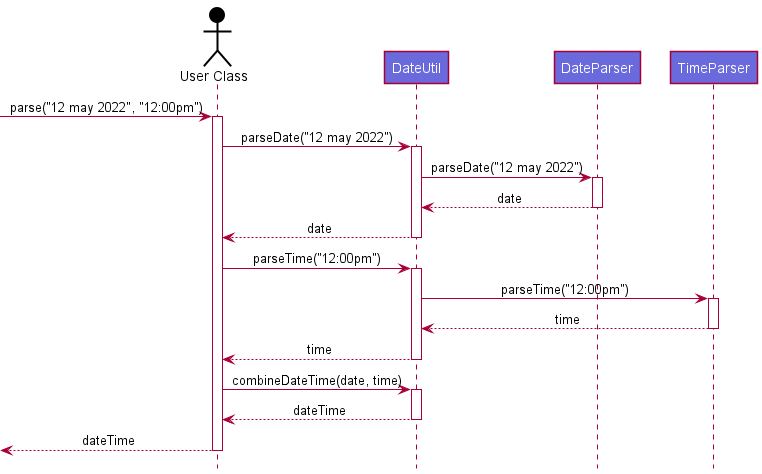
The PlantUML diagram docs/images/DateTimeParsingSequenceDiagram.png in nus-cs2103-AY2122S2/tp, before a commit. Source of this version:
```plantuml
@startuml
!include ../style.puml

Actor "User Class" as user USER_COLOR

participant DateUtil LOGIC_COLOR_T2
participant DateParser LOGIC_COLOR_T2
participant TimeParser LOGIC_COLOR_T2
autoactivate on

[-> user : parse("12 may 2022", "12:00pm")
user -> DateUtil : parseDate("12 may 2022")
DateUtil -> DateParser : parseDate("12 may 2022")
DateUtil <-- DateParser : date
user <-- DateUtil : date

user -> DateUtil : parseTime("12:00pm")
DateUtil -> TimeParser : parseTime("12:00pm")
DateUtil <-- TimeParser : time
user <-- DateUtil : time

user -> DateUtil : combineDateTime(date, time)
user <-- DateUtil : dateTime

[<-- user : dateTime

@enduml
```
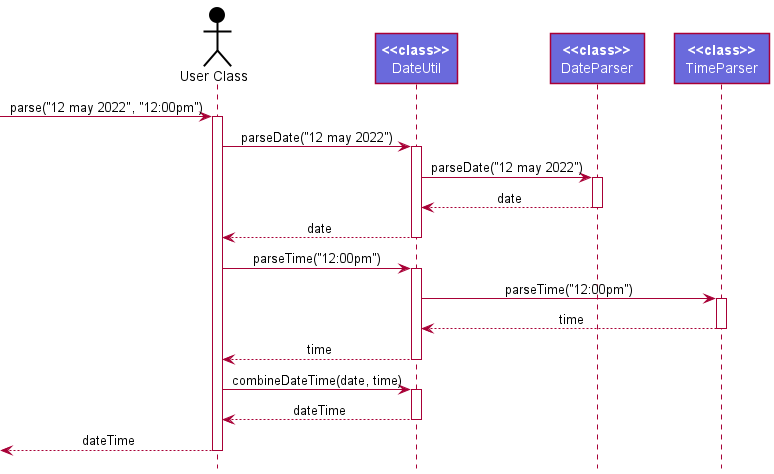
The same diagram one commit later.

Commit message:
Fix class-level method call in sequence diagram

Diff of the diagram source:
```diff
@@ -3,9 +3,9 @@
 
 Actor "User Class" as user USER_COLOR
 
-participant DateUtil LOGIC_COLOR_T2
-participant DateParser LOGIC_COLOR_T2
-participant TimeParser LOGIC_COLOR_T2
+participant "**<<class>>**\n DateUtil " as DateUtil LOGIC_COLOR_T2
+participant "**<<class>>**\n DateParser " as DateParser LOGIC_COLOR_T2
+participant "**<<class>>**\n TimeParser " as TimeParser LOGIC_COLOR_T2
 autoactivate on
 
 [-> user : parse("12 may 2022", "12:00pm")
```
